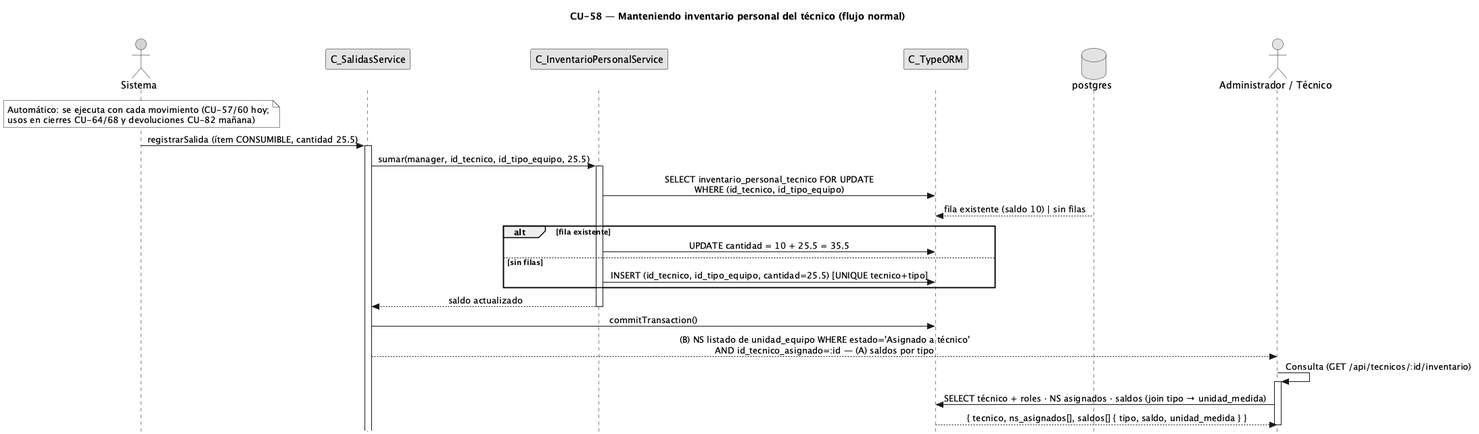
This is diagramas/diagramas-secuencia/CU58/CU58-normal.png from FSM-Finet-y-Cable-Magico/Team_1-Inventario-y-Bodega, a PlantUML export, as it was before one commit.
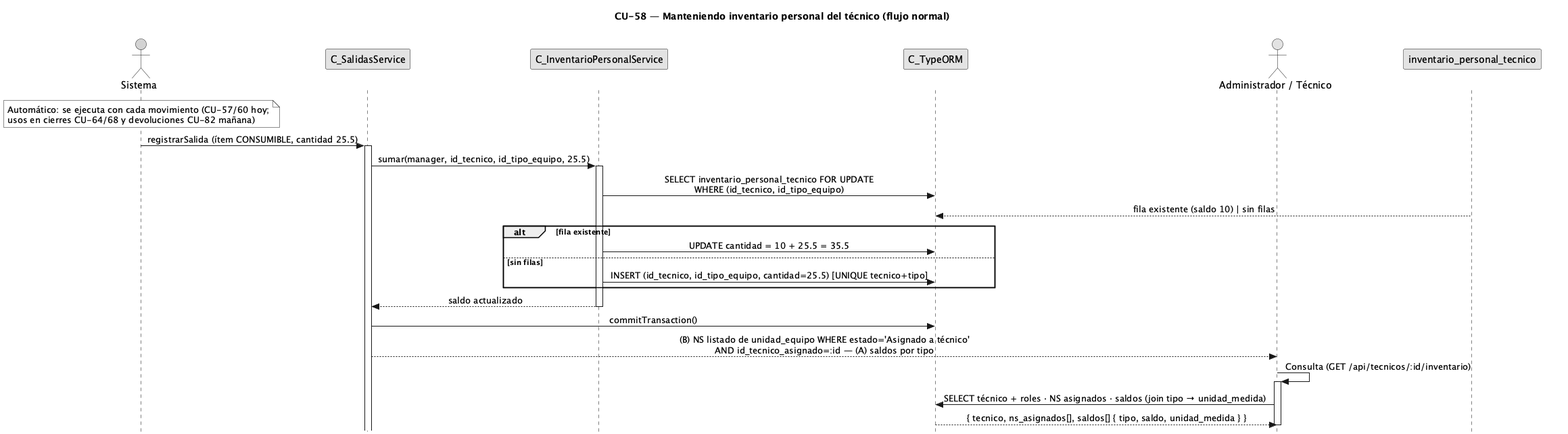
The same diagram one commit later.

What changed in the source:
```diff
@@ -15,8 +15,8 @@
 participant "C_SalidasService" as svc
 participant "C_InventarioPersonalService" as ips
 participant "C_TypeORM" as orm
-database "postgres" as db
 actor "Administrador / Técnico" as user
+participant "inventario_personal_tecnico" as invp
 
 note over sys : Automático: se ejecuta con cada movimiento (CU-57/60 hoy;\nusos en cierres CU-64/68 y devoluciones CU-82 mañana)
 
@@ -25,7 +25,7 @@
 svc -> ips : sumar(manager, id_tecnico, id_tipo_equipo, 25.5)
 activate ips
 ips -> orm : SELECT inventario_personal_tecnico FOR UPDATE\nWHERE (id_tecnico, id_tipo_equipo)
-db --> orm : fila existente (saldo 10) | sin filas
+invp --> orm : fila existente (saldo 10) | sin filas
 alt fila existente
     ips -> orm : UPDATE cantidad = 10 + 25.5 = 35.5
 else sin filas
```
